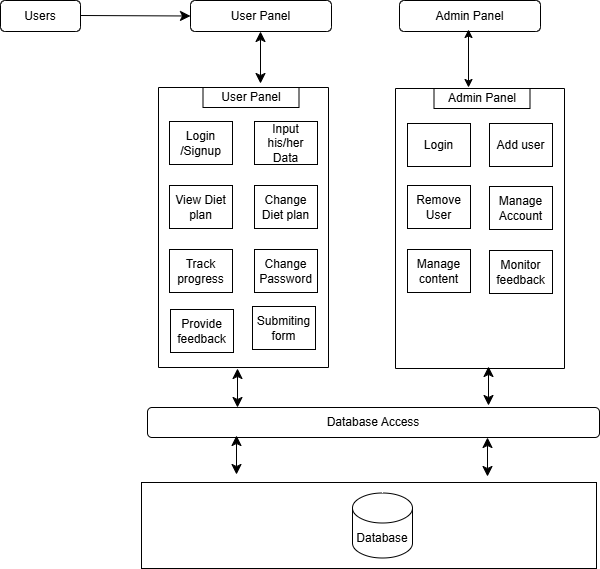
Above: fitnesstan-diagrams/structrure architecture 3.drawio.png in pandistic-zain/Fitnesstan--FYP (draw.io), before the change. Source tidied: cells renumbered, new cells last; positions are measured from the earlier drawing's top-left corner, leaving out a move shared by most shapes.
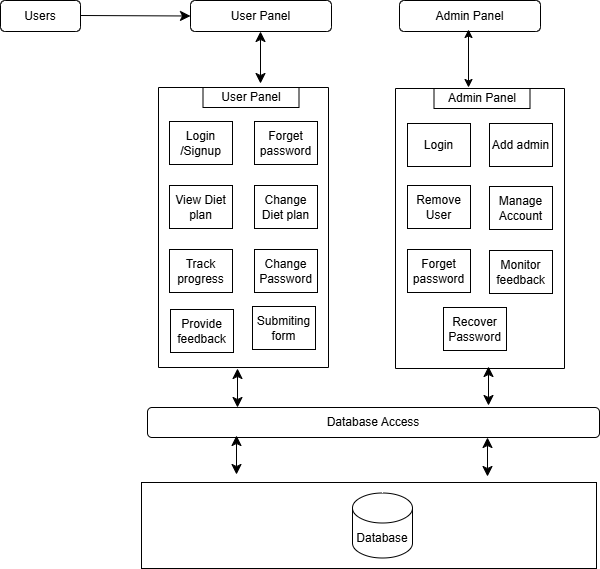
Later version of the same file.

Commit message:
update in system architecture

What changed in the source:
```diff
@@ -28,7 +28,7 @@
     <mxCell id="9" value="&lt;div&gt;Login&lt;/div&gt;&lt;div&gt;/Signup&lt;/div&gt;" style="rounded=0;whiteSpace=wrap;html=1;" parent="7" vertex="1">
       <mxGeometry x="11" y="34" width="63" height="43" as="geometry" />
     </mxCell>
-    <mxCell id="10" value="Input his/her Data" style="rounded=0;whiteSpace=wrap;html=1;" parent="7" vertex="1">
+    <mxCell id="10" value="Forget password" style="rounded=0;whiteSpace=wrap;html=1;" parent="7" vertex="1">
       <mxGeometry x="96" y="34" width="63" height="43" as="geometry" />
     </mxCell>
     <mxCell id="11" value="View Diet plan" style="rounded=0;whiteSpace=wrap;html=1;" parent="7" vertex="1">
@@ -58,7 +58,7 @@
     <mxCell id="19" value="Manage Account" style="rounded=0;whiteSpace=wrap;html=1;" parent="17" vertex="1">
       <mxGeometry x="94" y="98" width="63" height="43" as="geometry" />
     </mxCell>
-    <mxCell id="20" value="Add user" style="rounded=0;whiteSpace=wrap;html=1;" parent="17" vertex="1">
+    <mxCell id="20" value="Add admin" style="rounded=0;whiteSpace=wrap;html=1;" parent="17" vertex="1">
       <mxGeometry x="94" y="35" width="63" height="43" as="geometry" />
     </mxCell>
     <mxCell id="21" value="Remove User" style="rounded=0;whiteSpace=wrap;html=1;" parent="17" vertex="1">
@@ -67,12 +67,15 @@
     <mxCell id="22" value="&lt;div&gt;Monitor feedback&lt;/div&gt;" style="rounded=0;whiteSpace=wrap;html=1;" parent="17" vertex="1">
       <mxGeometry x="94" y="162" width="63" height="43" as="geometry" />
     </mxCell>
-    <mxCell id="23" value="Manage content" style="rounded=0;whiteSpace=wrap;html=1;" parent="17" vertex="1">
+    <mxCell id="23" value="Forget password" style="rounded=0;whiteSpace=wrap;html=1;" parent="17" vertex="1">
       <mxGeometry x="12" y="161" width="63" height="43" as="geometry" />
     </mxCell>
     <mxCell id="24" value="&lt;div&gt;Login&lt;/div&gt;" style="rounded=0;whiteSpace=wrap;html=1;" parent="17" vertex="1">
       <mxGeometry x="12" y="35" width="63" height="43" as="geometry" />
     </mxCell>
+    <mxCell id="34" value="Recover Password" style="rounded=0;whiteSpace=wrap;html=1;" parent="17" vertex="1">
+      <mxGeometry x="48" y="219" width="63" height="43" as="geometry" />
+    </mxCell>
     <mxCell id="25" style="endArrow=classic;startArrow=classic;html=1;rounded=0;fontSize=12;startSize=8;endSize=8;curved=1;entryX=0.5;entryY=1;entryDx=0;entryDy=0;" parent="1" edge="1">
       <mxGeometry relative="1" as="geometry">
         <mxPoint x="260" y="83" as="sourcePoint" />
```
